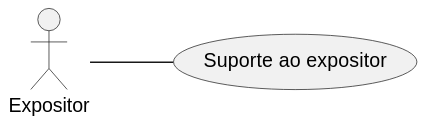
This is specs/casos_de_uso/svg/uml_uc14.svg from Phenrique-sousa/APS-documents, a PlantUML export, as it was before one commit.
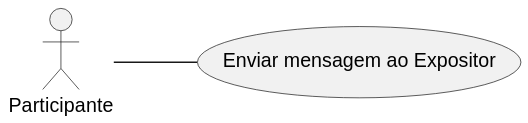
After the change.

The edit, as a diff of the source:
```diff
@@ -1,9 +1,9 @@
 @startuml
 left to right direction
 
-actor "Expositor" as Usuario
+actor "Participante" as Usuario
 
-usecase "Suporte ao expositor" as UC2
+usecase "Enviar mensagem ao Expositor" as UC2
 
 Usuario -- UC2
 
```
